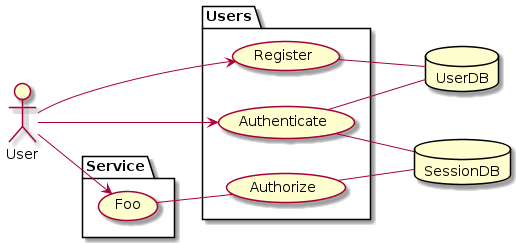
The PlantUML diagram example.png in chayward1/users, before a commit.
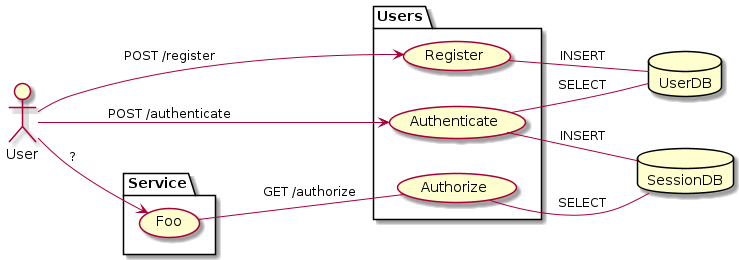
Later version of the same file.

Diff of the diagram source:
```diff
@@ -15,14 +15,14 @@
 database UserDB
 database SessionDB
 
-User --> Register
-Register -- UserDB
+User --> Register : POST /register
+Register -- UserDB : INSERT
 
-User --> Authenticate
-Authenticate -- UserDB
-Authenticate -- SessionDB
+User --> Authenticate : POST /authenticate
+Authenticate -- UserDB : SELECT
+Authenticate -- SessionDB : INSERT
 
-User --> Foo
-Foo -- Authorize
-Authorize -- SessionDB
+User --> Foo : ?
+Foo -- Authorize : GET /authorize
+Authorize -- SessionDB : SELECT
 @enduml
```
